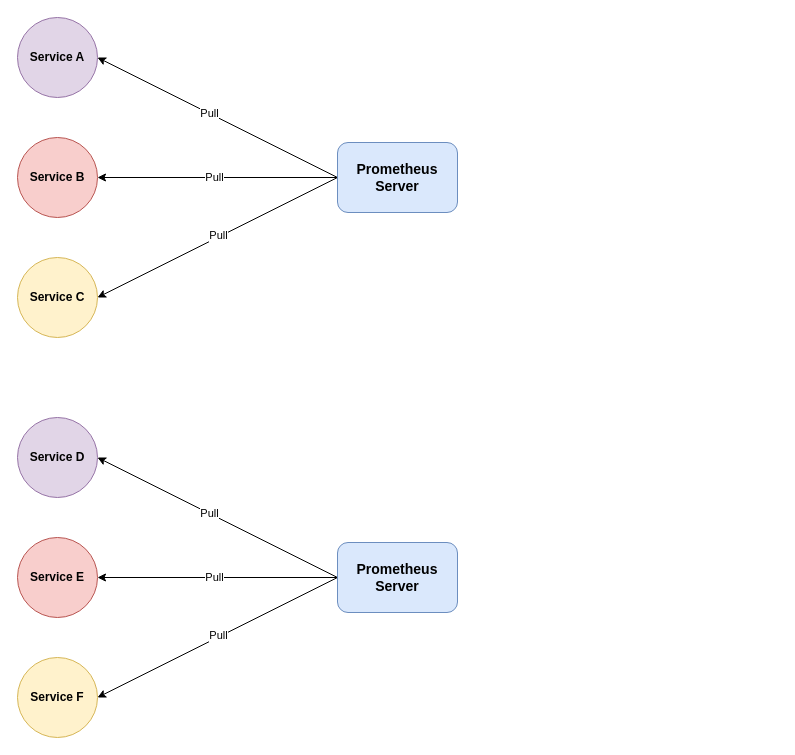
Above: architecture/prometheus.drawio in LanSeTianYe/draw (draw.io), before the change. Source tidied: cells renumbered, new cells numbered last; positions are measured from the earlier drawing's top-left corner, leaving out a move shared by most shapes. Both pictures are drawn from the tidied source at 100%, with x=0, y=0 at pixel (17, 17).
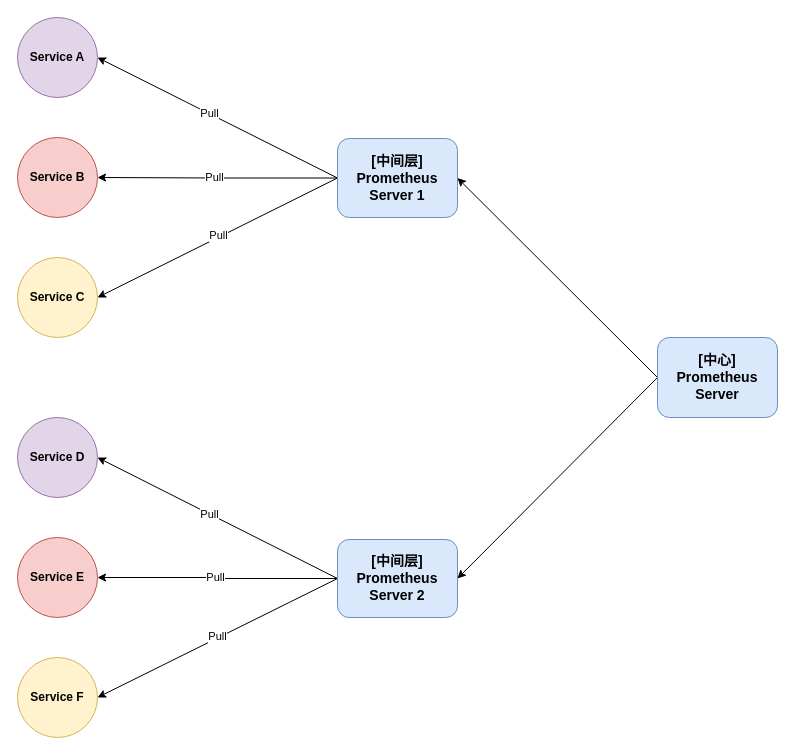
The same diagram, later.

Diff of the diagram source:
```diff
@@
-    <mxCell id="8" value="&lt;b&gt;&lt;font style=&quot;font-size: 14px;&quot;&gt;Prometheus Server&lt;/font&gt;&lt;/b&gt;" style="rounded=1;whiteSpace=wrap;html=1;fillColor=#dae8fc;strokeColor=#6c8ebf;" parent="1" vertex="1">
-      <mxGeometry x="320" y="125" width="120" height="70" as="geometry" />
+    <mxCell id="8" value="&lt;div&gt;&lt;span style=&quot;font-size: 14px;&quot;&gt;&lt;b&gt;[中间层]&lt;/b&gt;&lt;/span&gt;&lt;/div&gt;&lt;b&gt;&lt;font style=&quot;font-size: 14px;&quot;&gt;Prometheus Server 1&lt;/font&gt;&lt;/b&gt;" style="rounded=1;whiteSpace=wrap;html=1;fillColor=#dae8fc;strokeColor=#6c8ebf;" parent="1" vertex="1">
+      <mxGeometry x="320" y="121" width="120" height="79" as="geometry" />
     </mxCell>
@@
-    <mxCell id="18" value="&lt;b&gt;&lt;font style=&quot;font-size: 14px;&quot;&gt;Prometheus Server&lt;/font&gt;&lt;/b&gt;" style="rounded=1;whiteSpace=wrap;html=1;fillColor=#dae8fc;strokeColor=#6c8ebf;" parent="1" vertex="1">
-      <mxGeometry x="320" y="525" width="120" height="70" as="geometry" />
+    <mxCell id="18" value="&lt;div&gt;&lt;b style=&quot;font-size: 14px;&quot;&gt;[中间层]&lt;/b&gt;&lt;b&gt;&lt;font style=&quot;font-size: 14px;&quot;&gt;&lt;/font&gt;&lt;/b&gt;&lt;/div&gt;&lt;b&gt;&lt;font style=&quot;font-size: 14px;&quot;&gt;Prometheus Server 2&lt;/font&gt;&lt;/b&gt;" style="rounded=1;whiteSpace=wrap;html=1;fillColor=#dae8fc;strokeColor=#6c8ebf;" parent="1" vertex="1">
+      <mxGeometry x="320" y="522" width="120" height="78" as="geometry" />
     </mxCell>
@@
+    <mxCell id="22" style="rounded=0;jettySize=auto;html=1;exitX=0;exitY=0.5;exitDx=0;exitDy=0;entryX=1;entryY=0.5;entryDx=0;entryDy=0;" parent="1" edge="1" source="24" target="18">
+      <mxGeometry relative="1" as="geometry" />
+    </mxCell>
+    <mxCell id="23" style="rounded=0;jettySize=auto;html=1;exitX=0;exitY=0.5;exitDx=0;exitDy=0;entryX=1;entryY=0.5;entryDx=0;entryDy=0;" parent="1" edge="1" source="24" target="8">
+      <mxGeometry relative="1" as="geometry" />
+    </mxCell>
+    <mxCell id="24" value="&lt;div&gt;&lt;b&gt;&lt;font style=&quot;font-size: 14px;&quot;&gt;[中心]&lt;/font&gt;&lt;/b&gt;&lt;/div&gt;&lt;b&gt;&lt;font style=&quot;font-size: 14px;&quot;&gt;Prometheus Server&lt;/font&gt;&lt;/b&gt;" style="rounded=1;whiteSpace=wrap;html=1;fillColor=#dae8fc;strokeColor=#6c8ebf;" parent="1" vertex="1">
+      <mxGeometry x="640" y="320" width="120" height="80" as="geometry" />
+    </mxCell>
```
